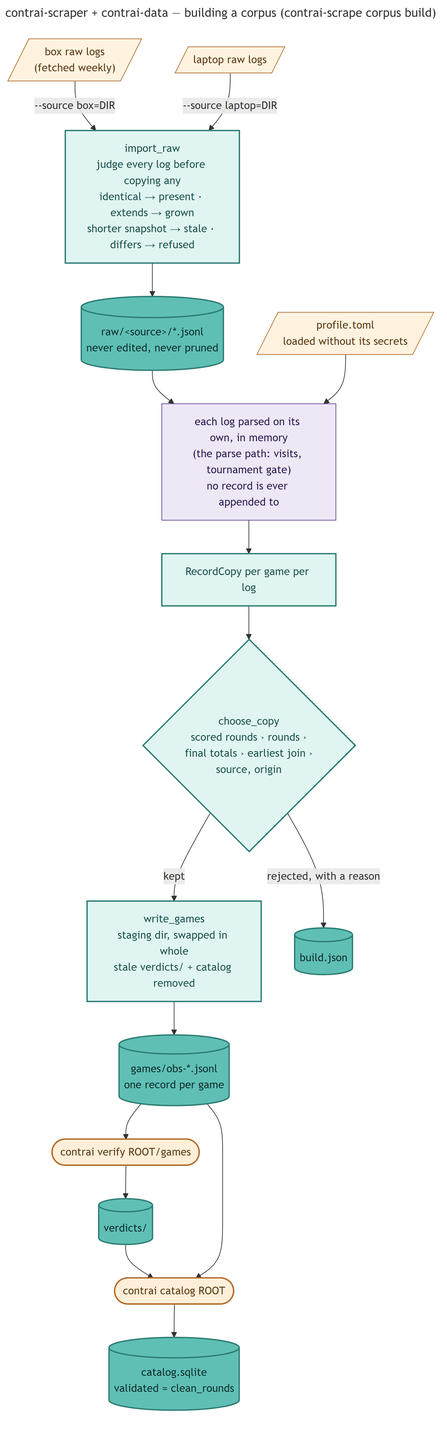
valmathieu/ContrAI keeps this Mermaid diagram as docs/diagrams/flow_corpus.png. Above is the earlier version. Its source is kept beside it as docs/diagrams/flow_corpus.mmd.
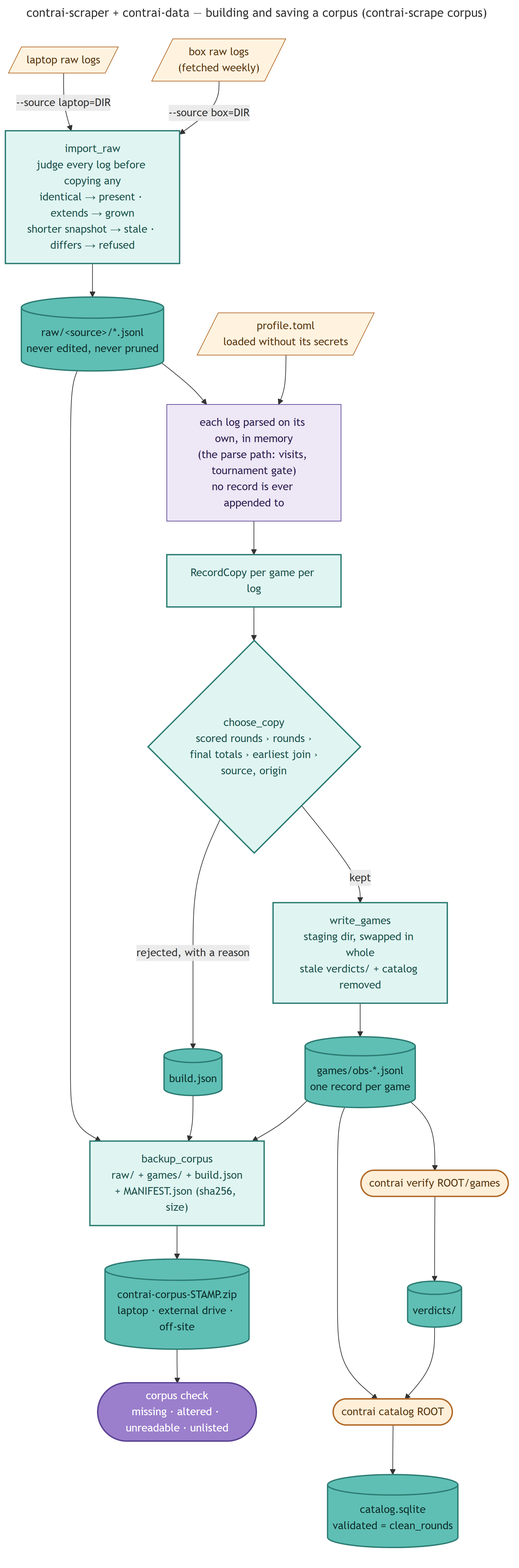
Later version of the same file.

Commit message:
feat(scraper): save and check a corpus with contrai-scrape corpus backup

What changed in the source:
```diff
@@ -1,5 +1,5 @@
 ---
-title: contrai-scraper + contrai-data — building a corpus (contrai-scrape corpus build)
+title: contrai-scraper + contrai-data — building and saving a corpus (contrai-scrape corpus)
 ---
 flowchart TD
     Box[/"box raw logs<br/>(fetched weekly)"/]
@@ -24,6 +24,12 @@
     Games --> Catalog
     Catalog --> Sqlite[("catalog.sqlite<br/>validated = clean_rounds")]
 
+    Raw --> Backup["backup_corpus<br/>raw/ + games/ + build.json<br/>+ MANIFEST.json (sha256, size)"]
+    Games --> Backup
+    Report --> Backup
+    Backup --> Zip[("contrai-corpus-STAMP.zip<br/>laptop · external drive · off-site")]
+    Zip --> Check(["corpus check<br/>missing · altered · unreadable · unlisted"])
+
     classDef entry fill:#9B7FCC,stroke:#5E4495,stroke-width:2px,color:#FFFFFF;
     classDef scraper fill:#EDE7F6,stroke:#5E4495,stroke-width:1px,color:#2E1F52;
     classDef data fill:#E0F5F2,stroke:#2E7D74,stroke-width:2px,color:#1F544E;
@@ -33,6 +39,7 @@
 
     class Box,Laptop,Profile config;
     class Parse scraper;
-    class Import,Copies,Choose,Write data;
-    class Raw,Games,Report,Verdicts,Sqlite store;
+    class Import,Copies,Choose,Write,Backup data;
+    class Raw,Games,Report,Verdicts,Sqlite,Zip store;
+    class Check entry;
     class Verify,Catalog engine;
```
